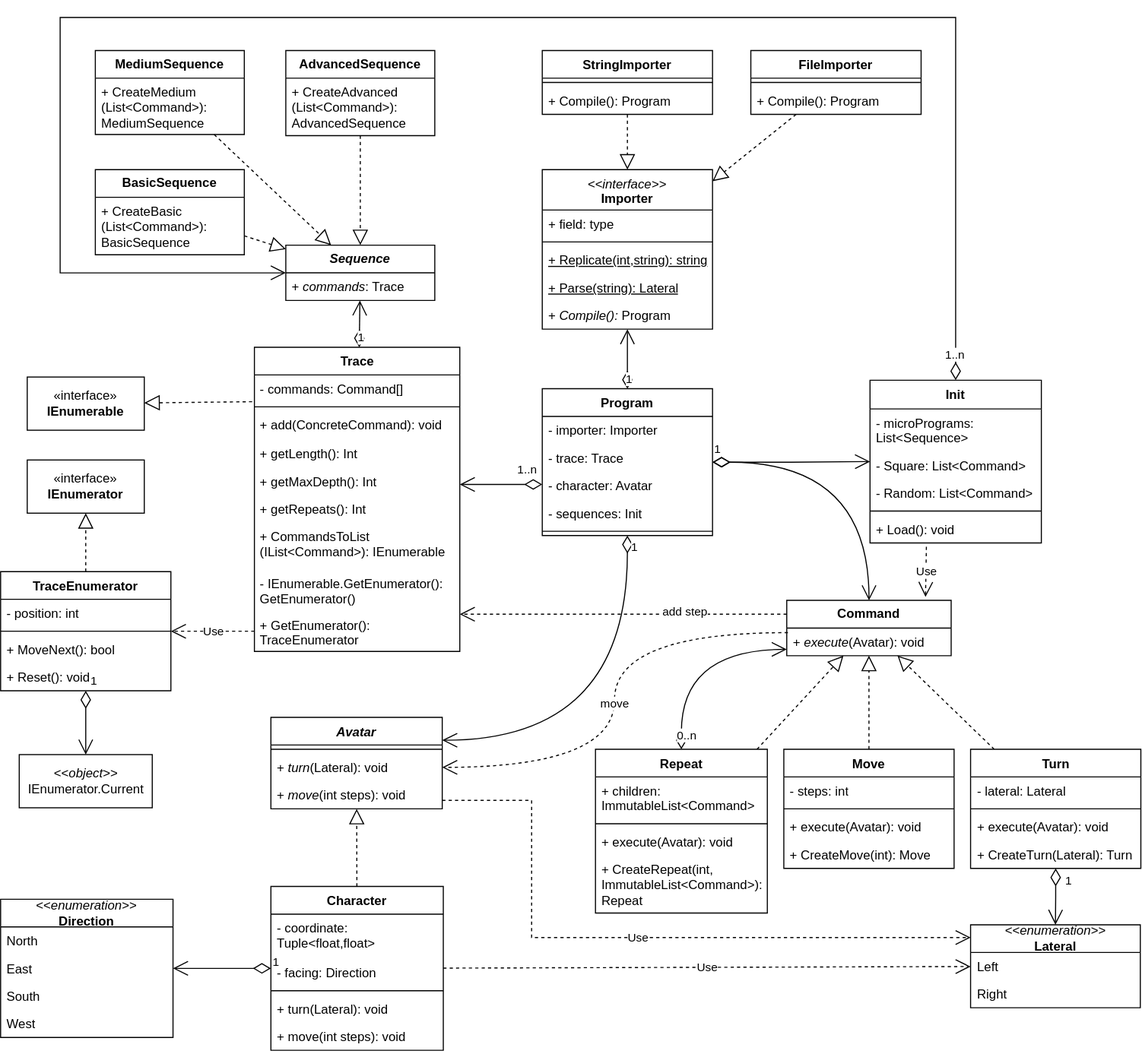
Above: Paper/ClassDiagram.svg in inktveer/MSO-assignment-2 (draw.io), before the change. Source tidied: cells renumbered, new cells last; positions are measured from the earlier drawing's top-left corner, leaving out a move shared by most shapes.
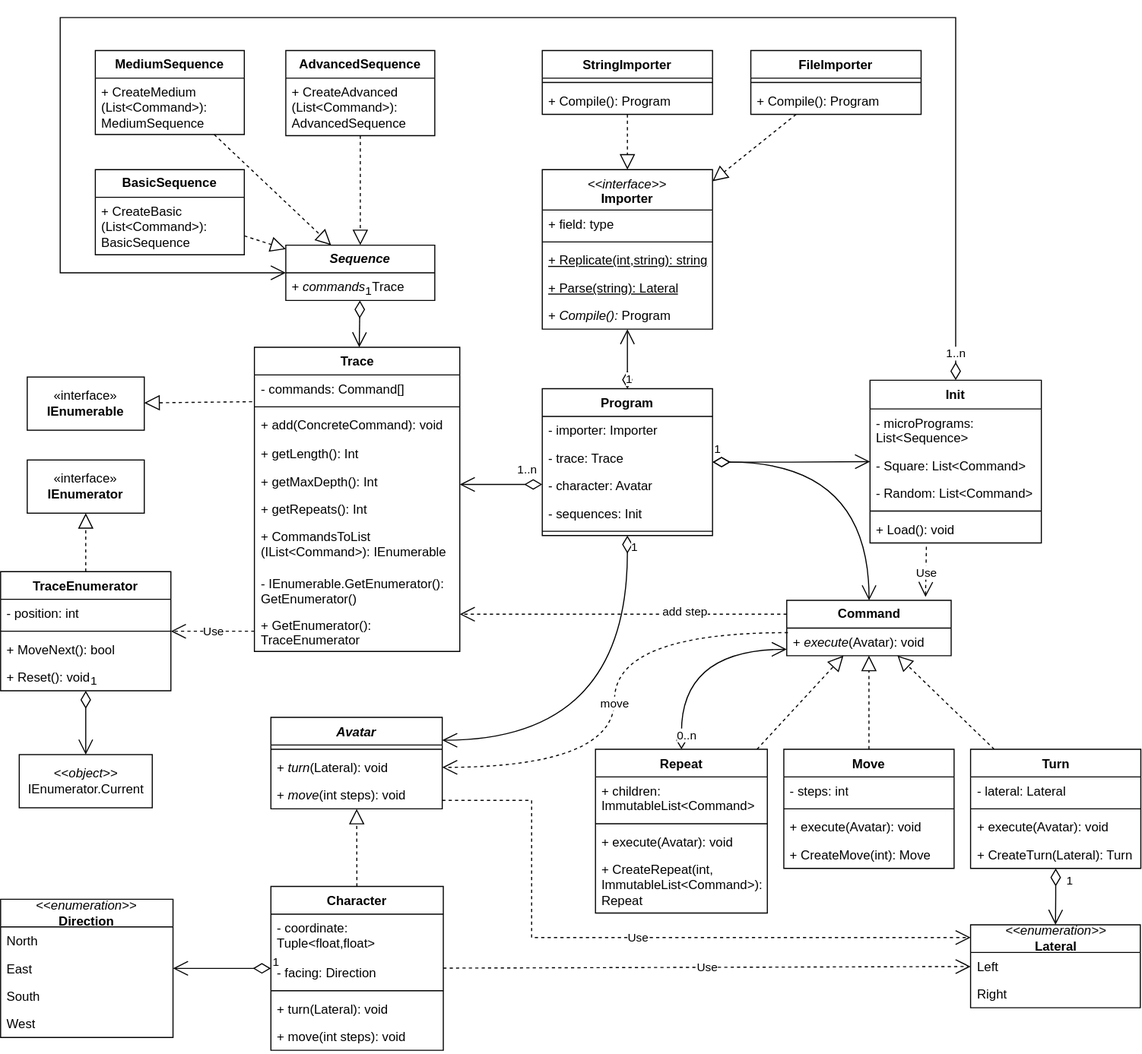
The same file after the commit.

What changed in the source:
```diff
@@ -225,7 +225,7 @@
         </Array>
       </mxGeometry>
     </mxCell>
-    <mxCell id="72" value="1" style="endArrow=open;html=1;endSize=12;startArrow=diamondThin;startSize=14;startFill=0;align=left;verticalAlign=bottom;rounded=0;" parent="1" edge="1" source="19" target="17">
+    <mxCell id="72" value="1" style="endArrow=open;html=1;endSize=12;startArrow=diamondThin;startSize=14;startFill=0;align=left;verticalAlign=bottom;rounded=0;" parent="1" edge="1" source="17" target="19">
       <mxGeometry x="-1" y="3" relative="1" as="geometry" />
     </mxCell>
     <mxCell id="73" value="1..n" style="endArrow=open;html=1;endSize=12;startArrow=diamondThin;startSize=14;startFill=0;edgeStyle=orthogonalEdgeStyle;align=left;verticalAlign=bottom;rounded=0;" parent="1" edge="1" source="50" target="17">
```
